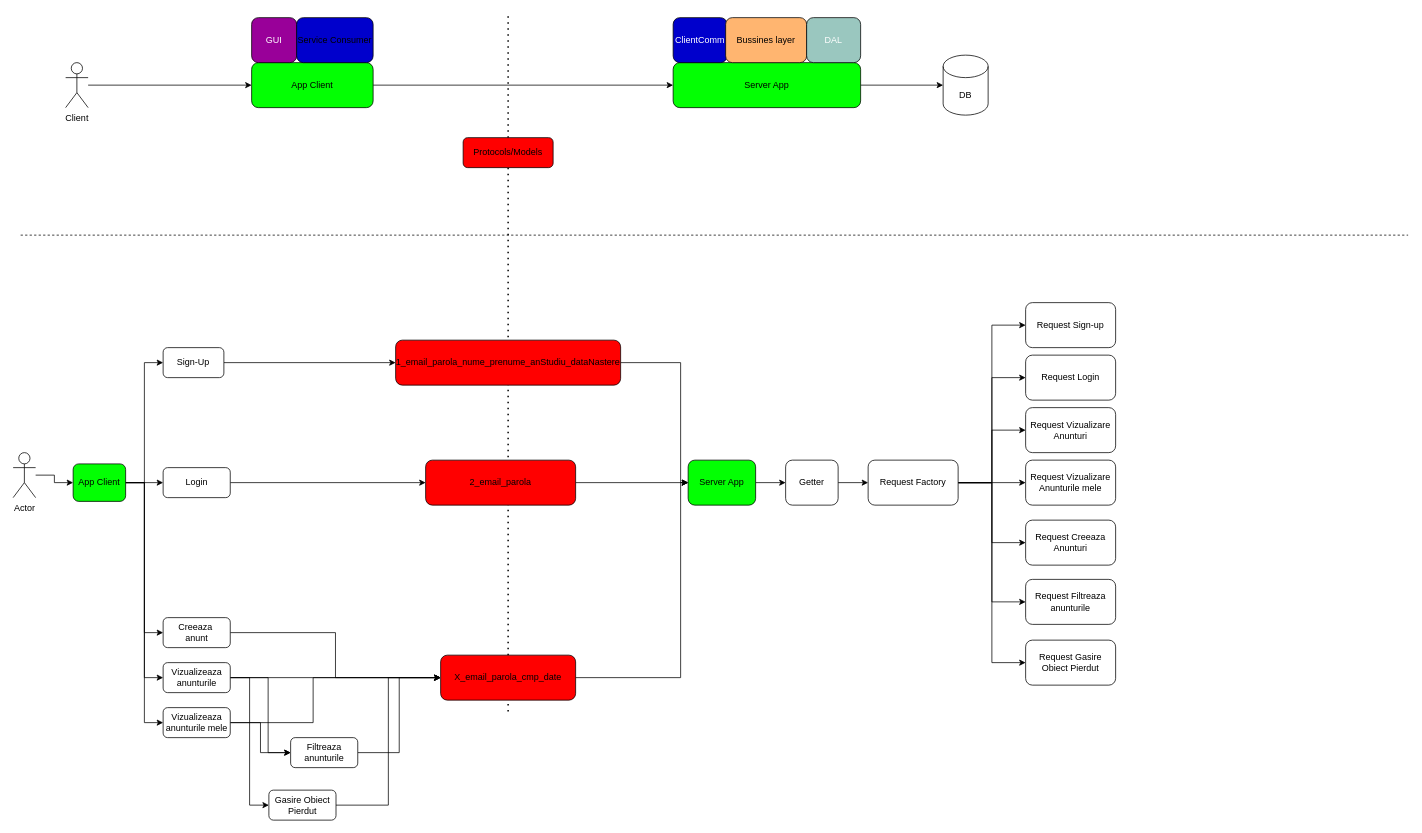
Above: Diagrama.drawio in DanDimaa/Aplicatie-Obiecte-Pierdute (draw.io), before the change. Source tidied: cells renumbered, new cells numbered last; positions are measured from the earlier drawing's top-left corner, leaving out a move shared by most shapes. Both pictures are drawn from the tidied source at 75%, with x=0, y=0 at pixel (13, 14).
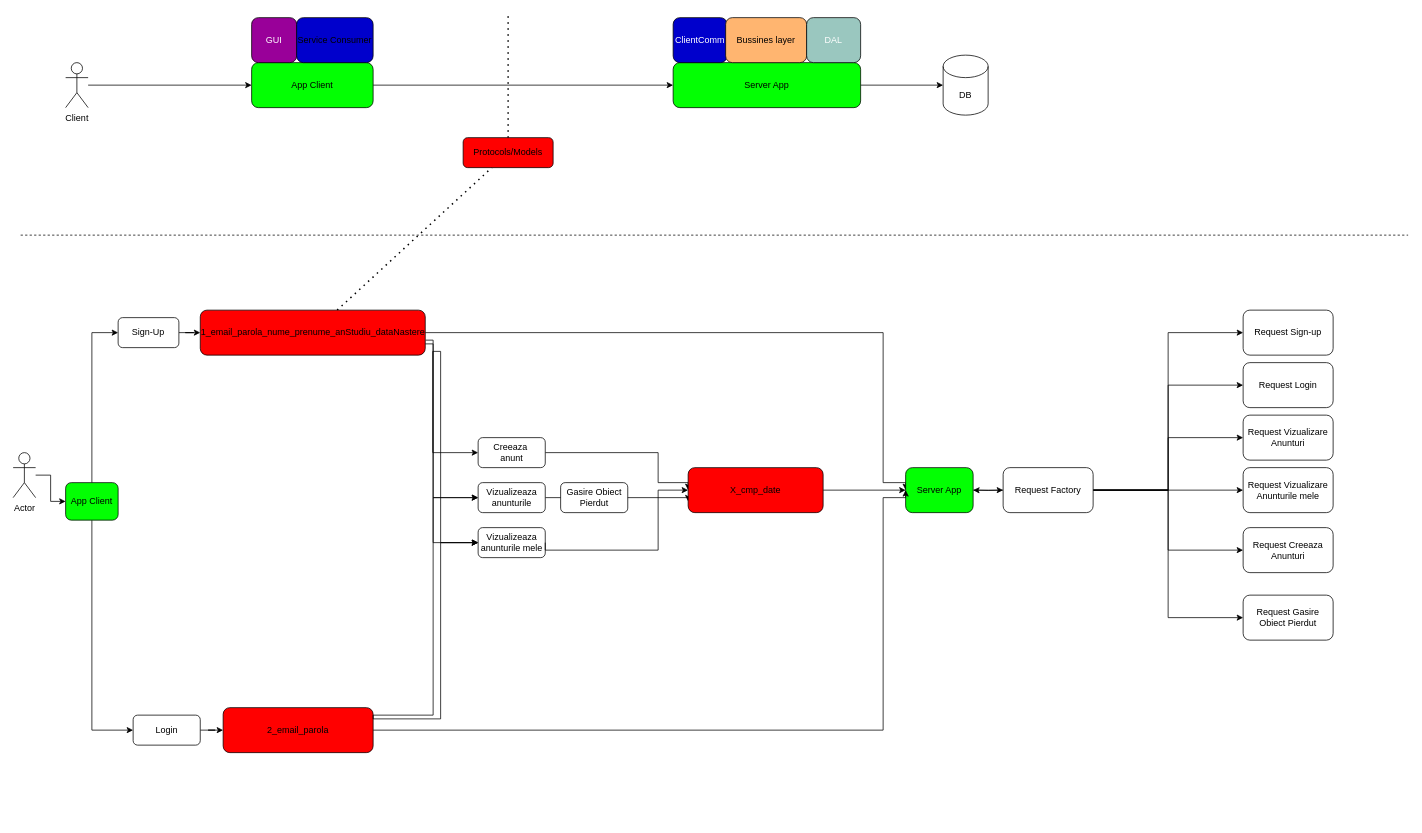
The same page after the edit.

Commit message (it also covers changes not shown here):
Incarcare server

The change refers to these unchanged cells:
```xml
<mxCell id="16" value="Protocols/Models" style="rounded=1;whiteSpace=wrap;html=1;strokeColor=#000000;fontColor=#000000;fillColor=#FF0000;" parent="1" vertex="1">
  <mxGeometry x="600" y="165" width="120" height="40" as="geometry" />
</mxCell>
```

Diff of the diagram source:
```diff
@@
-    <mxCell id="15" style="endArrow=none;dashed=1;html=1;dashPattern=1 3;strokeWidth=2;rounded=0;fontColor=#000000;startArrow=none;" parent="1" edge="1" source="65" target="16">
+    <mxCell id="15" style="endArrow=none;dashed=1;html=1;dashPattern=1 3;strokeWidth=2;rounded=0;fontColor=#000000;startArrow=none;" parent="1" edge="1" source="26" target="16">
       <mxGeometry relative="1" as="geometry" />
     </mxCell>
@@
     <mxCell id="18" style="edgeStyle=orthogonalEdgeStyle;rounded=0;jettySize=auto;html=1;" parent="1" edge="1" source="22" target="40">
-      <mxGeometry relative="1" as="geometry" />
+      <mxGeometry relative="1" as="geometry">
+        <Array as="points">
+          <mxPoint x="105" y="955" />
+        </Array>
+      </mxGeometry>
     </mxCell>
-    <mxCell id="19" style="edgeStyle=orthogonalEdgeStyle;rounded=0;jettySize=auto;html=1;entryX=0;entryY=0.5;entryDx=0;entryDy=0;strokeColor=#000000;" parent="1" edge="1" source="22" target="45">
-      <mxGeometry relative="1" as="geometry" />
-    </mxCell>
-    <mxCell id="20" style="edgeStyle=orthogonalEdgeStyle;rounded=0;jettySize=auto;html=1;entryX=0;entryY=0.5;entryDx=0;entryDy=0;strokeColor=#000000;" parent="1" edge="1" source="22" target="49">
-      <mxGeometry relative="1" as="geometry" />
-    </mxCell>
-    <mxCell id="21" style="edgeStyle=orthogonalEdgeStyle;rounded=0;jettySize=auto;html=1;entryX=0;entryY=0.5;entryDx=0;entryDy=0;strokeColor=#000000;" parent="1" edge="1" source="22" target="52">
-      <mxGeometry relative="1" as="geometry">
-        <Array as="points">
-          <mxPoint x="175" y="625" />
-          <mxPoint x="175" y="945" />
-        </Array>
-      </mxGeometry>
-    </mxCell>
     <mxCell id="22" value="App Client" style="rounded=1;whiteSpace=wrap;html=1;fillColor=#03FF03;" parent="1" vertex="1">
-      <mxGeometry x="80" y="600" width="70" height="50" as="geometry" />
+      <mxGeometry x="70" y="625" width="70" height="50" as="geometry" />
     </mxCell>
@@
     <mxCell id="24" value="Sign-Up" style="rounded=1;whiteSpace=wrap;html=1;fillColor=#FFFFFF;" parent="1" vertex="1">
-      <mxGeometry x="200" y="445" width="81" height="40" as="geometry" />
+      <mxGeometry x="140" y="405" width="81" height="40" as="geometry" />
     </mxCell>
     <mxCell id="25" style="edgeStyle=orthogonalEdgeStyle;rounded=0;jettySize=auto;html=1;entryX=0;entryY=0.5;entryDx=0;entryDy=0;" parent="1" edge="1" source="26" target="29">
       <mxGeometry relative="1" as="geometry">
         <Array as="points">
-          <mxPoint x="890" y="465" />
-          <mxPoint x="890" y="625" />
+          <mxPoint x="1160" y="425" />
+          <mxPoint x="1160" y="625" />
+          <mxPoint x="1190" y="625" />
         </Array>
       </mxGeometry>
     </mxCell>
-    <mxCell id="26" value="1_email_parola_nume_prenume_anStudiu_dataNastere" style="rounded=1;whiteSpace=wrap;html=1;fillColor=#FF0000;" parent="1" vertex="1">
-      <mxGeometry x="510" y="435" width="300" height="60" as="geometry" />
-    </mxCell>
@@
-    <mxCell id="28" style="edgeStyle=orthogonalEdgeStyle;rounded=0;jettySize=auto;html=1;" parent="1" edge="1" source="29" target="69">
-      <mxGeometry relative="1" as="geometry" />
+    <mxCell id="28" style="edgeStyle=orthogonalEdgeStyle;rounded=0;jettySize=auto;html=1;" parent="1" edge="1" source="29">
+      <mxGeometry relative="1" as="geometry">
+        <mxPoint x="1320" y="635" as="targetPoint" />
+      </mxGeometry>
     </mxCell>
     <mxCell id="29" value="Server App" style="rounded=1;whiteSpace=wrap;html=1;fillColor=#03FF03;" parent="1" vertex="1">
-      <mxGeometry x="900" y="595" width="90" height="60" as="geometry" />
+      <mxGeometry x="1190" y="605" width="90" height="60" as="geometry" />
     </mxCell>
@@
-    <mxCell id="34" style="edgeStyle=orthogonalEdgeStyle;rounded=0;jettySize=auto;html=1;entryX=0;entryY=0.5;entryDx=0;entryDy=0;" parent="1" edge="1" source="37" target="60">
-      <mxGeometry relative="1" as="geometry" />
-    </mxCell>
@@
+    <mxCell id="70" style="edgeStyle=orthogonalEdgeStyle;rounded=0;jettySize=auto;html=1;" parent="1" edge="1" target="29">
+      <mxGeometry relative="1" as="geometry">
+        <mxPoint x="1320" y="635" as="sourcePoint" />
+      </mxGeometry>
+    </mxCell>
     <mxCell id="37" value="Request Factory&lt;br&gt;" style="rounded=1;whiteSpace=wrap;html=1;fillColor=#FFFFFF;" parent="1" vertex="1">
-      <mxGeometry x="1140" y="595" width="120" height="60" as="geometry" />
+      <mxGeometry x="1320" y="605" width="120" height="60" as="geometry" />
     </mxCell>
     <mxCell id="38" value="Request Sign-up&lt;br&gt;" style="rounded=1;whiteSpace=wrap;html=1;fillColor=#FFFFFF;" parent="1" vertex="1">
-      <mxGeometry x="1350" y="385" width="120" height="60" as="geometry" />
+      <mxGeometry x="1640" y="395" width="120" height="60" as="geometry" />
     </mxCell>
@@
     <mxCell id="40" value="Login&lt;br&gt;" style="rounded=1;whiteSpace=wrap;html=1;fillColor=#FFFFFF;" parent="1" vertex="1">
-      <mxGeometry x="200" y="605" width="89.5" height="40" as="geometry" />
+      <mxGeometry x="160" y="935" width="89.5" height="40" as="geometry" />
     </mxCell>
     <mxCell id="41" style="edgeStyle=orthogonalEdgeStyle;rounded=0;jettySize=auto;html=1;entryX=0;entryY=0.5;entryDx=0;entryDy=0;" parent="1" edge="1" source="42" target="29">
-      <mxGeometry relative="1" as="geometry" />
+      <mxGeometry relative="1" as="geometry">
+        <Array as="points">
+          <mxPoint x="1160" y="955" />
+          <mxPoint x="1160" y="645" />
+          <mxPoint x="1190" y="645" />
+        </Array>
+      </mxGeometry>
     </mxCell>
     <mxCell id="42" value="2_email_parola" style="rounded=1;whiteSpace=wrap;html=1;fillColor=#FF0000;" parent="1" vertex="1">
-      <mxGeometry x="550" y="595" width="200" height="60" as="geometry" />
+      <mxGeometry x="280" y="925" width="200" height="60" as="geometry" />
     </mxCell>
     <mxCell id="43" value="Request Login" style="rounded=1;whiteSpace=wrap;html=1;fillColor=#FFFFFF;" parent="1" vertex="1">
-      <mxGeometry x="1350" y="455" width="120" height="60" as="geometry" />
+      <mxGeometry x="1640" y="465" width="120" height="60" as="geometry" />
     </mxCell>
     <mxCell id="44" style="edgeStyle=orthogonalEdgeStyle;rounded=0;jettySize=auto;html=1;entryX=0;entryY=0.5;entryDx=0;entryDy=0;strokeColor=#000000;" parent="1" edge="1" source="45" target="65">
-      <mxGeometry relative="1" as="geometry" />
+      <mxGeometry relative="1" as="geometry">
+        <Array as="points">
+          <mxPoint x="860" y="585" />
+          <mxPoint x="860" y="625" />
+          <mxPoint x="900" y="625" />
+        </Array>
+      </mxGeometry>
     </mxCell>
     <mxCell id="45" value="Creeaza&amp;nbsp;&lt;br&gt;anunt" style="rounded=1;whiteSpace=wrap;html=1;fillColor=#FFFFFF;" parent="1" vertex="1">
-      <mxGeometry x="200" y="805" width="89.5" height="40" as="geometry" />
+      <mxGeometry x="620" y="565" width="89.5" height="40" as="geometry" />
     </mxCell>
-    <mxCell id="46" style="edgeStyle=orthogonalEdgeStyle;rounded=0;jettySize=auto;html=1;entryX=0;entryY=0.5;entryDx=0;entryDy=0;strokeColor=#000000;" parent="1" edge="1" source="49" target="65">
-      <mxGeometry relative="1" as="geometry" />
+    <mxCell id="46" style="edgeStyle=orthogonalEdgeStyle;rounded=0;jettySize=auto;html=1;entryX=0;entryY=0.75;entryDx=0;entryDy=0;strokeColor=#000000;" parent="1" edge="1" source="49" target="65">
+      <mxGeometry relative="1" as="geometry">
+        <Array as="points">
+          <mxPoint x="900" y="645" />
+        </Array>
+      </mxGeometry>
     </mxCell>
-    <mxCell id="47" style="edgeStyle=orthogonalEdgeStyle;rounded=0;jettySize=auto;html=1;entryX=0;entryY=0.5;entryDx=0;entryDy=0;" parent="1" edge="1" source="49" target="59">
-      <mxGeometry relative="1" as="geometry">
-        <Array as="points">
-          <mxPoint x="340" y="885" />
-          <mxPoint x="340" y="985" />
-        </Array>
-      </mxGeometry>
-    </mxCell>
-    <mxCell id="48" style="edgeStyle=orthogonalEdgeStyle;rounded=0;jettySize=auto;html=1;entryX=0;entryY=0.5;entryDx=0;entryDy=0;" parent="1" edge="1" source="49" target="62">
-      <mxGeometry relative="1" as="geometry" />
-    </mxCell>
     <mxCell id="49" value="Vizualizeaza anunturile" style="rounded=1;whiteSpace=wrap;html=1;fillColor=#FFFFFF;" parent="1" vertex="1">
-      <mxGeometry x="200" y="865" width="89.5" height="40" as="geometry" />
+      <mxGeometry x="620" y="625" width="89.5" height="40" as="geometry" />
     </mxCell>
-    <mxCell id="50" style="edgeStyle=orthogonalEdgeStyle;rounded=0;jettySize=auto;html=1;entryX=0;entryY=0.5;entryDx=0;entryDy=0;strokeColor=#000000;" parent="1" edge="1" source="52" target="65">
-      <mxGeometry relative="1" as="geometry">
-        <Array as="points">
-          <mxPoint x="400" y="945" />
-          <mxPoint x="400" y="885" />
-        </Array>
-      </mxGeometry>
-    </mxCell>
-    <mxCell id="51" style="edgeStyle=orthogonalEdgeStyle;rounded=0;jettySize=auto;html=1;entryX=0;entryY=0.5;entryDx=0;entryDy=0;" parent="1" edge="1" source="52" target="59">
-      <mxGeometry relative="1" as="geometry" />
-    </mxCell>
     <mxCell id="52" value="Vizualizeaza anunturile mele" style="rounded=1;whiteSpace=wrap;html=1;fillColor=#FFFFFF;" parent="1" vertex="1">
-      <mxGeometry x="200" y="925" width="89.5" height="40" as="geometry" />
+      <mxGeometry x="620" y="685" width="89.5" height="40" as="geometry" />
     </mxCell>
-    <mxCell id="53" style="edgeStyle=orthogonalEdgeStyle;rounded=0;jettySize=auto;html=1;entryX=0;entryY=0.5;entryDx=0;entryDy=0;strokeColor=#000000;" parent="1" edge="1" source="65" target="29">
-      <mxGeometry relative="1" as="geometry">
-        <Array as="points">
-          <mxPoint x="890" y="885" />
-          <mxPoint x="890" y="625" />
-        </Array>
-      </mxGeometry>
-    </mxCell>
     <mxCell id="54" value="Request Vizualizare Anunturi" style="rounded=1;whiteSpace=wrap;html=1;fillColor=#FFFFFF;" parent="1" vertex="1">
-      <mxGeometry x="1350" y="525" width="120" height="60" as="geometry" />
+      <mxGeometry x="1640" y="535" width="120" height="60" as="geometry" />
     </mxCell>
     <mxCell id="55" value="Request Vizualizare Anunturile mele" style="rounded=1;whiteSpace=wrap;html=1;fillColor=#FFFFFF;" parent="1" vertex="1">
-      <mxGeometry x="1350" y="595" width="120" height="60" as="geometry" />
+      <mxGeometry x="1640" y="605" width="120" height="60" as="geometry" />
     </mxCell>
     <mxCell id="56" value="Request Creeaza Anunturi" style="rounded=1;whiteSpace=wrap;html=1;fillColor=#FFFFFF;" parent="1" vertex="1">
-      <mxGeometry x="1350" y="675" width="120" height="60" as="geometry" />
+      <mxGeometry x="1640" y="685" width="120" height="60" as="geometry" />
     </mxCell>
@@
-    <mxCell id="58" style="edgeStyle=orthogonalEdgeStyle;rounded=0;jettySize=auto;html=1;entryX=0;entryY=0.5;entryDx=0;entryDy=0;" parent="1" edge="1" source="59" target="65">
-      <mxGeometry relative="1" as="geometry" />
+    <mxCell id="58" style="edgeStyle=orthogonalEdgeStyle;rounded=0;jettySize=auto;html=1;entryX=0;entryY=0.5;entryDx=0;entryDy=0;exitX=1;exitY=0.5;exitDx=0;exitDy=0;" parent="1" edge="1" source="52" target="65">
+      <mxGeometry relative="1" as="geometry">
+        <Array as="points">
+          <mxPoint x="710" y="715" />
+          <mxPoint x="860" y="715" />
+          <mxPoint x="860" y="635" />
+        </Array>
+      </mxGeometry>
     </mxCell>
-    <mxCell id="59" value="Filtreaza anunturile" style="rounded=1;whiteSpace=wrap;html=1;fillColor=#FFFFFF;" parent="1" vertex="1">
-      <mxGeometry x="370" y="965" width="89.5" height="40" as="geometry" />
-    </mxCell>
-    <mxCell id="60" value="Request Filtreaza anunturile" style="rounded=1;whiteSpace=wrap;html=1;fillColor=#FFFFFF;" parent="1" vertex="1">
-      <mxGeometry x="1350" y="754" width="120" height="60" as="geometry" />
-    </mxCell>
-    <mxCell id="61" style="edgeStyle=orthogonalEdgeStyle;rounded=0;jettySize=auto;html=1;entryX=0;entryY=0.5;entryDx=0;entryDy=0;" parent="1" edge="1" source="62" target="65">
-      <mxGeometry relative="1" as="geometry" />
-    </mxCell>
-    <mxCell id="62" value="Gasire Obiect Pierdut" style="rounded=1;whiteSpace=wrap;html=1;fillColor=#FFFFFF;" parent="1" vertex="1">
-      <mxGeometry x="341" y="1035" width="89.5" height="40" as="geometry" />
-    </mxCell>
     <mxCell id="63" value="Request Gasire Obiect Pierdut" style="rounded=1;whiteSpace=wrap;html=1;fillColor=#FFFFFF;" parent="1" vertex="1">
-      <mxGeometry x="1350" y="835" width="120" height="60" as="geometry" />
+      <mxGeometry x="1640" y="775" width="120" height="60" as="geometry" />
     </mxCell>
-    <mxCell id="64" style="endArrow=none;dashed=1;html=1;dashPattern=1 3;strokeWidth=2;rounded=0;fontColor=#000000;" parent="1" edge="1" target="65">
-      <mxGeometry relative="1" as="geometry">
-        <mxPoint x="660" y="930" as="sourcePoint" />
-      </mxGeometry>
-    </mxCell>
+    <mxCell id="53" style="edgeStyle=orthogonalEdgeStyle;rounded=0;jettySize=auto;html=1;entryX=0;entryY=0.5;entryDx=0;entryDy=0;" parent="1" edge="1" source="65" target="29">
+      <mxGeometry relative="1" as="geometry" />
+    </mxCell>
-    <mxCell id="65" value="X_email_parola_cmp_date" style="rounded=1;whiteSpace=wrap;html=1;fillColor=#FF0000;" parent="1" vertex="1">
-      <mxGeometry x="570" y="855" width="180" height="60" as="geometry" />
+    <mxCell id="65" value="X_cmp_date" style="rounded=1;whiteSpace=wrap;html=1;fillColor=#FF0000;" parent="1" vertex="1">
+      <mxGeometry x="900" y="605" width="180" height="60" as="geometry" />
     </mxCell>
@@
-    <mxCell id="68" style="edgeStyle=orthogonalEdgeStyle;rounded=0;jettySize=auto;html=1;" parent="1" edge="1" source="69" target="37">
-      <mxGeometry relative="1" as="geometry" />
-    </mxCell>
-    <mxCell id="69" value="Getter" style="rounded=1;whiteSpace=wrap;html=1;fillColor=#FFFFFF;" parent="1" vertex="1">
-      <mxGeometry x="1030" y="595" width="70" height="60" as="geometry" />
-    </mxCell>
+    <mxCell id="26" value="1_email_parola_nume_prenume_anStudiu_dataNastere" style="rounded=1;whiteSpace=wrap;html=1;fillColor=#FF0000;" parent="1" vertex="1">
+      <mxGeometry x="249.5" y="395" width="300" height="60" as="geometry" />
+    </mxCell>
+    <mxCell id="62" value="Gasire Obiect Pierdut" style="rounded=1;whiteSpace=wrap;html=1;fillColor=#FFFFFF;" parent="1" vertex="1">
+      <mxGeometry x="730" y="625" width="89.5" height="40" as="geometry" />
+    </mxCell>
+    <mxCell id="71" style="edgeStyle=orthogonalEdgeStyle;rounded=0;jettySize=auto;html=1;exitX=1;exitY=0.75;exitDx=0;exitDy=0;entryX=0;entryY=0.5;entryDx=0;entryDy=0;" parent="1" edge="1" target="45">
+      <mxGeometry relative="1" as="geometry">
+        <mxPoint x="559.5" y="450" as="sourcePoint" />
+        <Array as="points">
+          <mxPoint x="560" y="585" />
+        </Array>
+      </mxGeometry>
+    </mxCell>
+    <mxCell id="72" style="edgeStyle=orthogonalEdgeStyle;rounded=0;jettySize=auto;html=1;entryX=0;entryY=0.5;entryDx=0;entryDy=0;" parent="1" edge="1" target="49">
+      <mxGeometry relative="1" as="geometry">
+        <mxPoint x="550" y="435" as="sourcePoint" />
+        <Array as="points">
+          <mxPoint x="560" y="435" />
+          <mxPoint x="560" y="645" />
+        </Array>
+      </mxGeometry>
+    </mxCell>
+    <mxCell id="73" style="edgeStyle=orthogonalEdgeStyle;rounded=0;jettySize=auto;html=1;entryX=0;entryY=0.5;entryDx=0;entryDy=0;exitX=1;exitY=0.75;exitDx=0;exitDy=0;" parent="1" edge="1" source="26" target="52">
+      <mxGeometry relative="1" as="geometry">
+        <Array as="points">
+          <mxPoint x="560" y="440" />
+          <mxPoint x="560" y="705" />
+        </Array>
+      </mxGeometry>
+    </mxCell>
+    <mxCell id="74" style="edgeStyle=orthogonalEdgeStyle;rounded=0;jettySize=auto;html=1;entryX=0;entryY=0.5;entryDx=0;entryDy=0;exitX=1;exitY=0.75;exitDx=0;exitDy=0;" parent="1" edge="1" target="52">
+      <mxGeometry relative="1" as="geometry">
+        <mxPoint x="559.5" y="450" as="sourcePoint" />
+        <Array as="points">
+          <mxPoint x="570" y="450" />
+          <mxPoint x="570" y="705" />
+        </Array>
+      </mxGeometry>
+    </mxCell>
+    <mxCell id="75" style="edgeStyle=orthogonalEdgeStyle;rounded=0;jettySize=auto;html=1;entryX=0;entryY=0.5;entryDx=0;entryDy=0;exitX=1;exitY=0.25;exitDx=0;exitDy=0;" parent="1" edge="1" source="42" target="52">
+      <mxGeometry relative="1" as="geometry">
+        <Array as="points">
+          <mxPoint x="570" y="940" />
+          <mxPoint x="570" y="705" />
+        </Array>
+      </mxGeometry>
+    </mxCell>
+    <mxCell id="76" style="edgeStyle=orthogonalEdgeStyle;rounded=0;jettySize=auto;html=1;entryX=0;entryY=0.5;entryDx=0;entryDy=0;exitX=1;exitY=0.25;exitDx=0;exitDy=0;" parent="1" edge="1" source="42">
+      <mxGeometry relative="1" as="geometry">
+        <mxPoint x="620" y="645" as="targetPoint" />
+        <Array as="points">
+          <mxPoint x="480" y="935" />
+          <mxPoint x="560" y="935" />
+          <mxPoint x="560" y="645" />
+        </Array>
+      </mxGeometry>
+    </mxCell>
```
